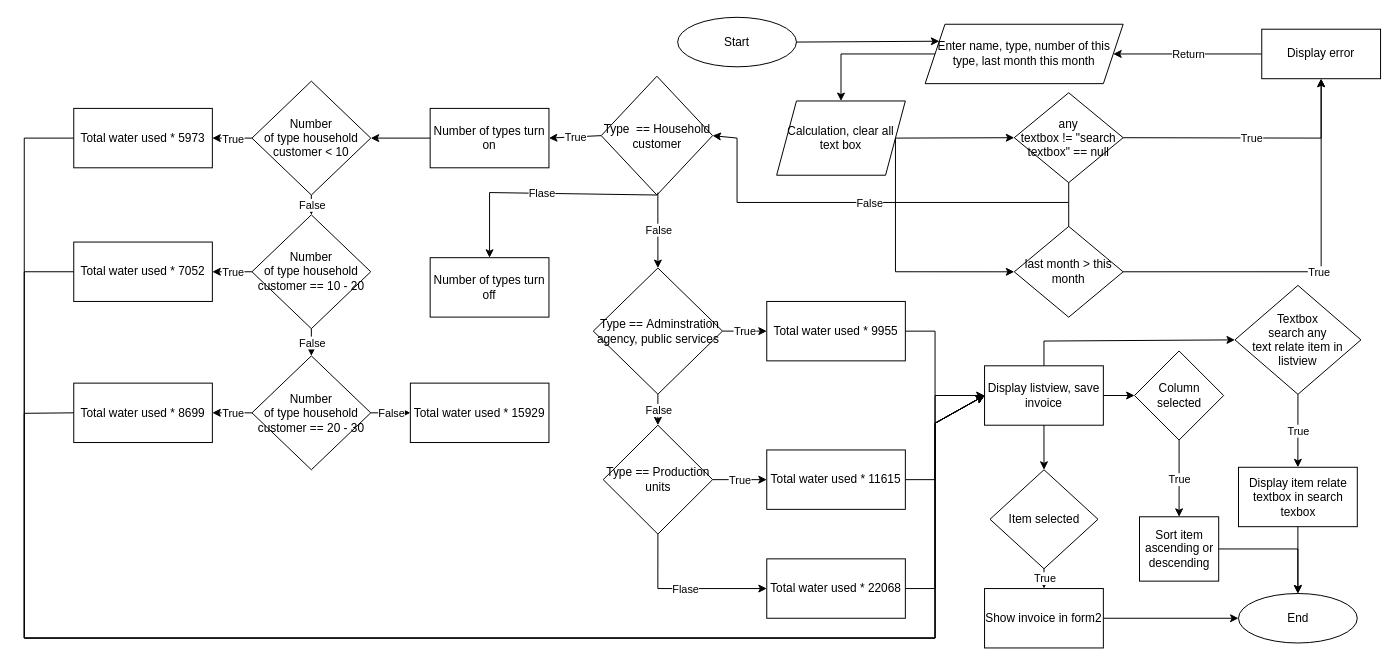
Before: App2.drawio in StevenDuy/Flowchart, a draw.io diagram. Source tidied: cells renumbered, new cells numbered last; positions are measured from the earlier drawing's top-left corner, leaving out a move shared by most shapes. Both pictures are drawn from the tidied source at 99%, with x=0, y=0 at pixel (24, 17).
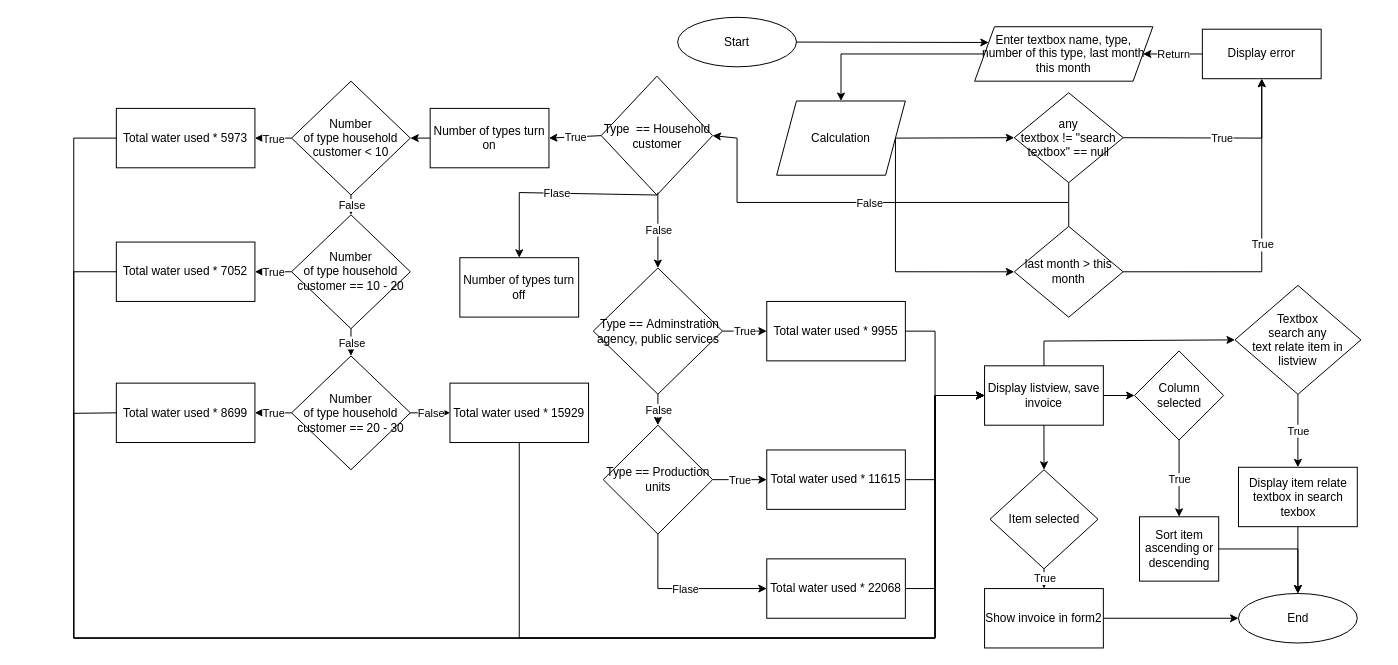
The same diagram, later.

Commit message:
Cập nhật App2.drawio

Unchanged cells that the change refers to:
```xml
<mxCell id="5" value="&lt;div&gt;&lt;div&gt;&lt;div&gt;last month &amp;gt; this month&lt;/div&gt;&lt;/div&gt;&lt;/div&gt;" style="rhombus;whiteSpace=wrap;html=1;" parent="1" vertex="1">
  <mxGeometry x="1000" y="211.2" width="110" height="91.7" as="geometry" />
</mxCell>
<mxCell id="11" value="Type&amp;nbsp; == Household customer" style="rhombus;whiteSpace=wrap;html=1;" parent="1" vertex="1">
  <mxGeometry x="582.8" y="59.5" width="112.5" height="120" as="geometry" />
</mxCell>
<mxCell id="14" value="Display listview, save invoice" style="rounded=0;whiteSpace=wrap;html=1;" parent="1" vertex="1">
  <mxGeometry x="970" y="352" width="120" height="60" as="geometry" />
</mxCell>
<mxCell id="28" value="&lt;span style=&quot;background-color: initial;&quot;&gt;any&lt;/span&gt;&lt;div&gt;&lt;span style=&quot;background-color: initial;&quot;&gt;textbox&amp;nbsp;&lt;/span&gt;&lt;span style=&quot;background-color: initial;&quot;&gt;!= &quot;search textbox&quot; == null&lt;/span&gt;&lt;/div&gt;" style="rhombus;whiteSpace=wrap;html=1;" parent="1" vertex="1">
  <mxGeometry x="1000" y="76.2" width="110" height="90.8" as="geometry" />
</mxCell>
<mxCell id="64" value="Total water used * 9955" style="rounded=0;whiteSpace=wrap;html=1;" parent="1" vertex="1">
  <mxGeometry x="750" y="287" width="140" height="60" as="geometry" />
</mxCell>
<mxCell id="74" value="Total water used *&amp;nbsp;11615" style="rounded=0;whiteSpace=wrap;html=1;" parent="1" vertex="1">
  <mxGeometry x="750" y="437" width="140" height="60" as="geometry" />
</mxCell>
<mxCell id="77" value="Total water used *&amp;nbsp;22068" style="rounded=0;whiteSpace=wrap;html=1;" parent="1" vertex="1">
  <mxGeometry x="750" y="547" width="140" height="60" as="geometry" />
</mxCell>
```

Change to the diagram source:
```diff
@@
-    <mxCell id="3" value="Enter name, type, number of this type, last month this month" style="shape=parallelogram;perimeter=parallelogramPerimeter;whiteSpace=wrap;html=1;fixedSize=1;size=20;" parent="1" vertex="1">
-      <mxGeometry x="910" y="7" width="200" height="60" as="geometry" />
+    <mxCell id="3" value="Enter textbox name, type, number of this type, last month this month" style="shape=parallelogram;perimeter=parallelogramPerimeter;whiteSpace=wrap;html=1;fixedSize=1;size=20;" parent="1" vertex="1">
+      <mxGeometry x="960" y="9.5" width="180" height="55" as="geometry" />
     </mxCell>
@@
     <mxCell id="8" value="Display error" style="rounded=0;whiteSpace=wrap;html=1;" parent="1" vertex="1">
-      <mxGeometry x="1250" y="12" width="120" height="50" as="geometry" />
+      <mxGeometry x="1190" y="12" width="120" height="50" as="geometry" />
     </mxCell>
@@
     <mxCell id="13" value="Number of types turn off" style="rounded=0;whiteSpace=wrap;html=1;" parent="1" vertex="1">
-      <mxGeometry x="410" y="242.8" width="120" height="60" as="geometry" />
+      <mxGeometry x="440" y="242.8" width="120" height="60" as="geometry" />
     </mxCell>
@@
     <mxCell id="34" value="Number&lt;div&gt;of type household customer &amp;lt; 10&lt;/div&gt;" style="rhombus;whiteSpace=wrap;html=1;" parent="1" vertex="1">
-      <mxGeometry x="230" y="64.5" width="120" height="115" as="geometry" />
+      <mxGeometry x="270" y="64.5" width="120" height="115" as="geometry" />
     </mxCell>
     <mxCell id="35" value="Total water used * 5973" style="rounded=0;whiteSpace=wrap;html=1;" parent="1" vertex="1">
-      <mxGeometry x="50" y="92" width="140" height="60" as="geometry" />
+      <mxGeometry x="93" y="92" width="140" height="60" as="geometry" />
     </mxCell>
     <mxCell id="36" value="Number&lt;div&gt;of type household customer == 10 - 20&lt;/div&gt;" style="rhombus;whiteSpace=wrap;html=1;" parent="1" vertex="1">
-      <mxGeometry x="230" y="199.5" width="120" height="115" as="geometry" />
+      <mxGeometry x="270" y="199.5" width="120" height="115" as="geometry" />
     </mxCell>
     <mxCell id="37" value="Total water used *&amp;nbsp;7052" style="rounded=0;whiteSpace=wrap;html=1;" parent="1" vertex="1">
-      <mxGeometry x="50" y="227" width="140" height="60" as="geometry" />
+      <mxGeometry x="93" y="227" width="140" height="60" as="geometry" />
     </mxCell>
     <mxCell id="38" value="Number&lt;div&gt;of type household customer == 20 - 30&lt;/div&gt;" style="rhombus;whiteSpace=wrap;html=1;" parent="1" vertex="1">
-      <mxGeometry x="230" y="342" width="120" height="115" as="geometry" />
+      <mxGeometry x="270" y="342" width="120" height="115" as="geometry" />
     </mxCell>
     <mxCell id="39" value="Total water used *&amp;nbsp;8699" style="rounded=0;whiteSpace=wrap;html=1;" parent="1" vertex="1">
-      <mxGeometry x="50" y="369.5" width="140" height="60" as="geometry" />
+      <mxGeometry x="93" y="369.5" width="140" height="60" as="geometry" />
     </mxCell>
     <mxCell id="40" value="&lt;div style=&quot;text-align: start;&quot;&gt;&lt;span style=&quot;background-color: initial;&quot;&gt;Total water used *&amp;nbsp;&lt;/span&gt;&lt;span style=&quot;background-color: initial; text-align: center;&quot;&gt;15929&lt;/span&gt;&lt;span style=&quot;background-color: initial; text-wrap: nowrap; font-size: 0px;&quot;&gt;&lt;font face=&quot;monospace&quot; color=&quot;rgba(0, 0, 0, 0)&quot;&gt;15929&lt;/font&gt;&lt;/span&gt;&lt;/div&gt;" style="rounded=0;whiteSpace=wrap;html=1;" parent="1" vertex="1">
-      <mxGeometry x="390" y="369.5" width="140" height="60" as="geometry" />
+      <mxGeometry x="430" y="369.5" width="140" height="60" as="geometry" />
     </mxCell>
@@
     <mxCell id="51" style="endArrow=classic;html=1;rounded=0;exitX=0.5;exitY=1;exitDx=0;exitDy=0;entryX=0.5;entryY=0;entryDx=0;entryDy=0;" parent="1" edge="1" source="11" target="13">
       <mxGeometry relative="1" as="geometry">
         <Array as="points">
-          <mxPoint x="470" y="177" />
+          <mxPoint x="500" y="177" />
         </Array>
       </mxGeometry>
     </mxCell>
@@
-    <mxCell id="55" value="Calculation, clear all text box" style="shape=parallelogram;perimeter=parallelogramPerimeter;whiteSpace=wrap;html=1;fixedSize=1;" parent="1" vertex="1">
+    <mxCell id="55" value="Calculation" style="shape=parallelogram;perimeter=parallelogramPerimeter;whiteSpace=wrap;html=1;fixedSize=1;" parent="1" vertex="1">
       <mxGeometry x="760" y="84.5" width="130" height="75" as="geometry" />
     </mxCell>
@@
     <mxCell id="60" style="endArrow=classic;html=1;rounded=0;exitX=1;exitY=0.5;exitDx=0;exitDy=0;entryX=0.5;entryY=1;entryDx=0;entryDy=0;" parent="1" edge="1" source="28" target="8">
       <mxGeometry relative="1" as="geometry">
         <Array as="points">
-          <mxPoint x="1310" y="122" />
+          <mxPoint x="1250" y="122" />
         </Array>
       </mxGeometry>
     </mxCell>
@@
     <mxCell id="62" style="endArrow=classic;html=1;rounded=0;entryX=0.5;entryY=1;entryDx=0;entryDy=0;" parent="1" edge="1" source="5" target="8">
       <mxGeometry relative="1" as="geometry">
         <Array as="points">
-          <mxPoint x="1310" y="257" />
+          <mxPoint x="1250" y="257" />
         </Array>
       </mxGeometry>
     </mxCell>
@@
     <mxCell id="78" style="endArrow=classic;html=1;rounded=0;exitX=0;exitY=0.5;exitDx=0;exitDy=0;entryX=0;entryY=0.5;entryDx=0;entryDy=0;" parent="1" edge="1" source="35" target="14">
       <mxGeometry relative="1" as="geometry">
         <Array as="points">
-          <mxPoint y="122" />
-          <mxPoint y="627" />
+          <mxPoint x="50" y="122" />
+          <mxPoint x="50" y="627" />
           <mxPoint x="920" y="627" />
-          <mxPoint x="920" y="410" />
+          <mxPoint x="920" y="382" />
         </Array>
       </mxGeometry>
     </mxCell>
     <mxCell id="79" style="endArrow=classic;html=1;rounded=0;entryX=0;entryY=0.5;entryDx=0;entryDy=0;exitX=1;exitY=0.5;exitDx=0;exitDy=0;" parent="1" edge="1" source="77" target="14">
       <mxGeometry relative="1" as="geometry">
         <Array as="points">
           <mxPoint x="920" y="577" />
-          <mxPoint x="920" y="410" />
+          <mxPoint x="920" y="382" />
         </Array>
       </mxGeometry>
     </mxCell>
     <mxCell id="80" style="endArrow=classic;html=1;rounded=0;entryX=0;entryY=0.5;entryDx=0;entryDy=0;exitX=1;exitY=0.5;exitDx=0;exitDy=0;" parent="1" edge="1" source="74" target="14">
       <mxGeometry relative="1" as="geometry">
         <Array as="points">
           <mxPoint x="920" y="467" />
-          <mxPoint x="920" y="410" />
+          <mxPoint x="920" y="382" />
         </Array>
       </mxGeometry>
     </mxCell>
     <mxCell id="81" style="endArrow=classic;html=1;rounded=0;entryX=0;entryY=0.5;entryDx=0;entryDy=0;exitX=1;exitY=0.5;exitDx=0;exitDy=0;" parent="1" edge="1" source="64" target="14">
       <mxGeometry relative="1" as="geometry">
         <Array as="points">
           <mxPoint x="920" y="317" />
-          <mxPoint x="920" y="410" />
+          <mxPoint x="920" y="382" />
         </Array>
       </mxGeometry>
     </mxCell>
     <mxCell id="82" style="endArrow=classic;html=1;rounded=0;exitX=0;exitY=0.5;exitDx=0;exitDy=0;entryX=0;entryY=0.5;entryDx=0;entryDy=0;" parent="1" edge="1" source="37" target="14">
       <mxGeometry relative="1" as="geometry">
         <Array as="points">
-          <mxPoint y="257" />
-          <mxPoint y="627" />
+          <mxPoint x="50" y="257" />
+          <mxPoint x="50" y="627" />
           <mxPoint x="920" y="627" />
-          <mxPoint x="920" y="410" />
+          <mxPoint x="920" y="382" />
         </Array>
       </mxGeometry>
     </mxCell>
     <mxCell id="83" style="endArrow=classic;html=1;rounded=0;exitX=0;exitY=0.5;exitDx=0;exitDy=0;entryX=0;entryY=0.5;entryDx=0;entryDy=0;" parent="1" edge="1" source="39" target="14">
       <mxGeometry relative="1" as="geometry">
         <Array as="points">
-          <mxPoint y="400" />
-          <mxPoint y="627" />
+          <mxPoint x="50" y="400" />
+          <mxPoint x="50" y="627" />
           <mxPoint x="920" y="627" />
           <mxPoint x="920" y="382" />
         </Array>
       </mxGeometry>
     </mxCell>
@@
+    <mxCell id="89" style="endArrow=classic;html=1;rounded=0;exitX=0.5;exitY=1;exitDx=0;exitDy=0;entryX=0;entryY=0.5;entryDx=0;entryDy=0;" parent="1" edge="1" source="40" target="14">
+      <mxGeometry relative="1" as="geometry">
+        <Array as="points">
+          <mxPoint x="500" y="627" />
+          <mxPoint x="920" y="627" />
+          <mxPoint x="920" y="382" />
+        </Array>
+      </mxGeometry>
+    </mxCell>
```
